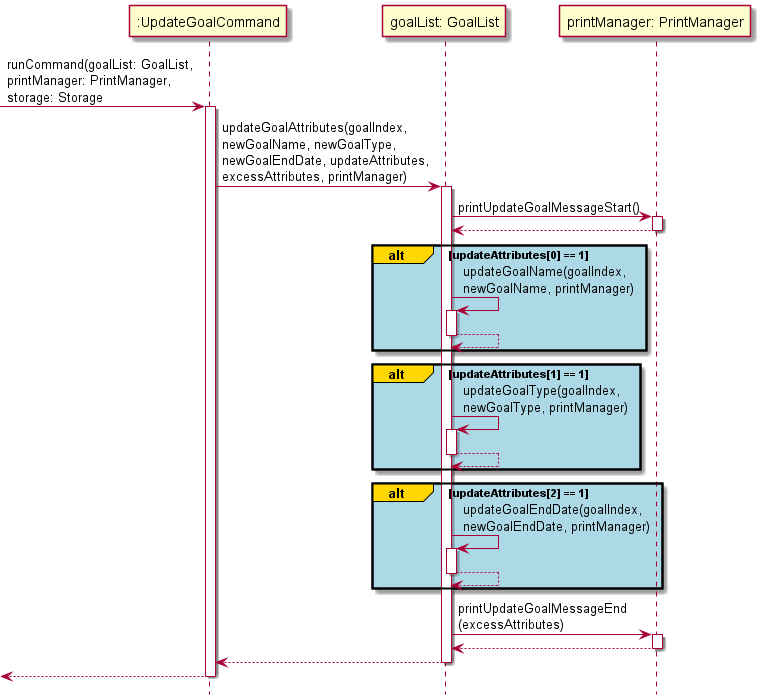
Above: docs/Diagram_Images/Implementation_Diagram_Images/UpdateGoalCommandSequenceDiagram.png in nus-cs2113-AY2122S1/tp (PlantUML), before the change.
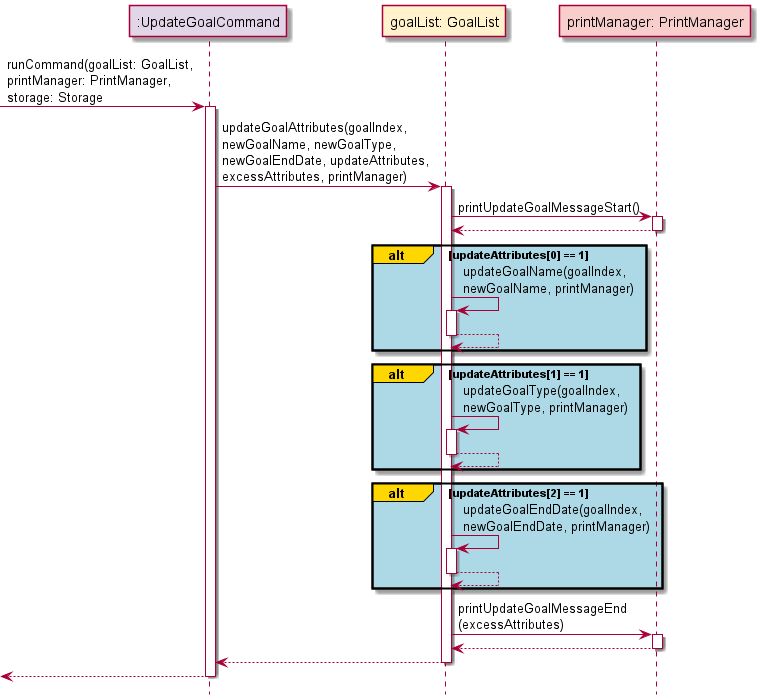
Later version of the same file.

Diff of the diagram source:
```diff
@@ -1,47 +1,51 @@
 @startuml
 !include Style.puml
 
--> ":UpdateGoalCommand": runCommand(goalList: GoalList,\nprintManager: PrintManager,\nstorage: Storage
-activate ":UpdateGoalCommand"
+participant ":UpdateGoalCommand" as UpdateGoalCommand COMMAND_COLOUR
+participant "goalList: GoalList" as goalList GOAL_COLOUR
+participant "printManager: PrintManager" as printManager UI_COLOUR
 
-":UpdateGoalCommand" -> "goalList: GoalList": updateGoalAttributes(goalIndex,\nnewGoalName, newGoalType,\nnewGoalEndDate, updateAttributes,\nexcessAttributes, printManager)
-activate "goalList: GoalList"
+-> UpdateGoalCommand: runCommand(goalList: GoalList,\nprintManager: PrintManager,\nstorage: Storage
+activate UpdateGoalCommand
 
-"goalList: GoalList" -> "printManager: PrintManager": printUpdateGoalMessageStart()
-activate "printManager: PrintManager"
-"printManager: PrintManager" --> "goalList: GoalList"
-deactivate "printManager: PrintManager"
+UpdateGoalCommand -> goalList: updateGoalAttributes(goalIndex,\nnewGoalName, newGoalType,\nnewGoalEndDate, updateAttributes,\nexcessAttributes, printManager)
+activate goalList
+
+goalList -> printManager: printUpdateGoalMessageStart()
+activate printManager
+printManager --> goalList
+deactivate printManager
 
 alt#gold #lightblue updateAttributes[0] == 1
-"goalList: GoalList" -> "goalList: GoalList": updateGoalName(goalIndex,\nnewGoalName, printManager)
-activate "goalList: GoalList"
-"goalList: GoalList" --> "goalList: GoalList":
-deactivate "goalList: GoalList"
+goalList -> goalList: updateGoalName(goalIndex,\nnewGoalName, printManager)
+activate goalList
+goalList --> goalList:
+deactivate goalList
 end
 
 alt#gold #lightblue updateAttributes[1] == 1
-"goalList: GoalList" -> "goalList: GoalList": updateGoalType(goalIndex,\nnewGoalType, printManager)
-activate "goalList: GoalList"
-"goalList: GoalList" --> "goalList: GoalList":
-deactivate "goalList: GoalList"
+goalList -> goalList: updateGoalType(goalIndex,\nnewGoalType, printManager)
+activate goalList
+goalList --> goalList:
+deactivate goalList
 end
 
 alt#gold #lightblue updateAttributes[2] == 1
-"goalList: GoalList" -> "goalList: GoalList": updateGoalEndDate(goalIndex,\nnewGoalEndDate, printManager)
-activate "goalList: GoalList"
-"goalList: GoalList" --> "goalList: GoalList":
-deactivate "goalList: GoalList"
+goalList -> goalList: updateGoalEndDate(goalIndex,\nnewGoalEndDate, printManager)
+activate goalList
+goalList --> goalList:
+deactivate goalList
 end
 
-"goalList: GoalList" -> "printManager: PrintManager": printUpdateGoalMessageEnd\n(excessAttributes)
-activate "printManager: PrintManager"
-"printManager: PrintManager" --> "goalList: GoalList"
-deactivate "printManager: PrintManager"
+goalList -> printManager: printUpdateGoalMessageEnd\n(excessAttributes)
+activate printManager
+printManager --> goalList
+deactivate printManager
 
-"goalList: GoalList" --> ":UpdateGoalCommand"
-deactivate "goalList: GoalList"
+goalList --> UpdateGoalCommand
+deactivate goalList
 
-<-- ":UpdateGoalCommand"
-deactivate ":UpdateGoalCommand"
+<-- UpdateGoalCommand
+deactivate UpdateGoalCommand
 
 @enduml
```
